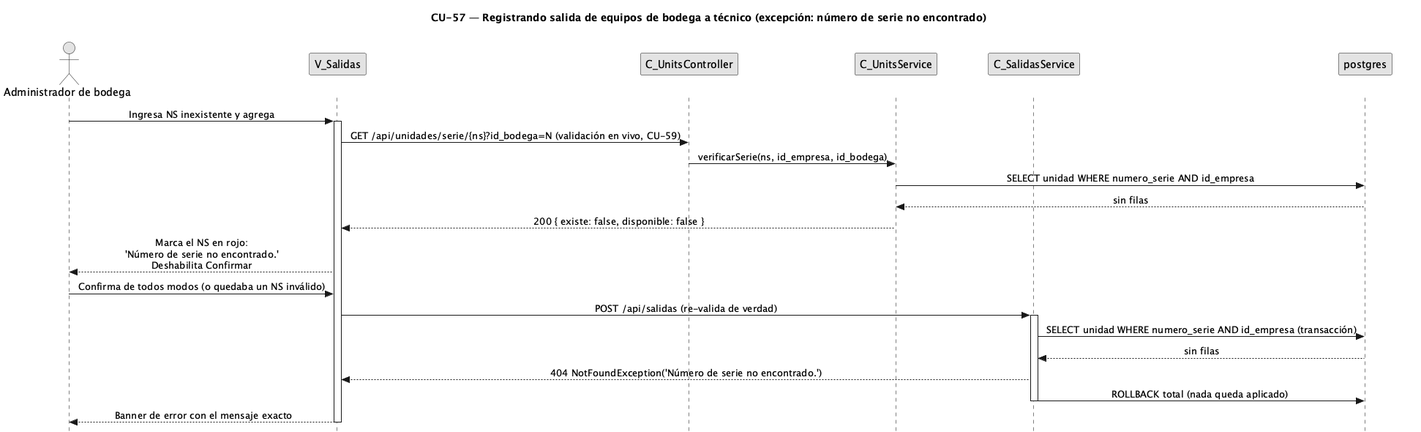
The PlantUML diagram diagramas/diagramas-secuencia/CU57/CU57-exc-ns-no-encontrado.png in FSM-Finet-y-Cable-Magico/Team_1-Inventario-y-Bodega, before a commit.
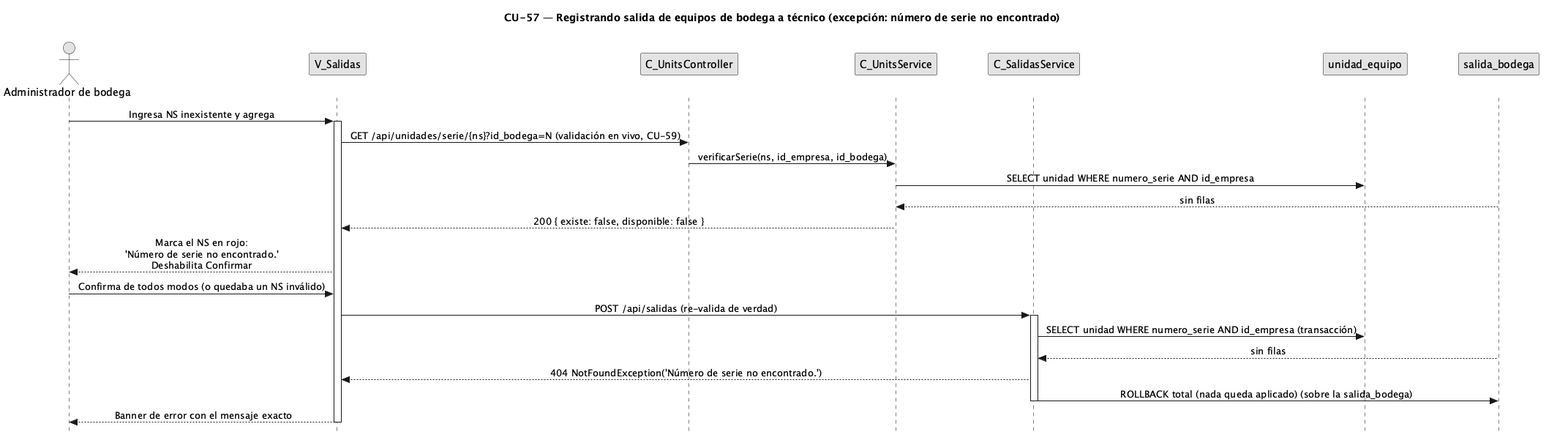
Later version of the same file.

What changed in the source:
```diff
@@ -16,24 +16,25 @@
 participant "C_UnitsController" as uctrl
 participant "C_UnitsService" as usvc
 participant "C_SalidasService" as svc
-participant "postgres" as db
+participant "unidad_equipo" as uent
+participant "salida_bodega" as sald
 
 user -> view : Ingresa NS inexistente y agrega
 activate view
 view -> uctrl : GET /api/unidades/serie/{ns}?id_bodega=N (validación en vivo, CU-59)
 uctrl -> usvc : verificarSerie(ns, id_empresa, id_bodega)
-usvc -> db : SELECT unidad WHERE numero_serie AND id_empresa
-db --> usvc : sin filas
+usvc -> uent : SELECT unidad WHERE numero_serie AND id_empresa
+sald --> usvc : sin filas
 usvc --> view : 200 { existe: false, disponible: false }
 view --> user : Marca el NS en rojo:\n'Número de serie no encontrado.'\nDeshabilita Confirmar
 
 user -> view : Confirma de todos modos (o quedaba un NS inválido)
 view -> svc : POST /api/salidas (re-valida de verdad)
 activate svc
-svc -> db : SELECT unidad WHERE numero_serie AND id_empresa (transacción)
-db --> svc : sin filas
+svc -> uent : SELECT unidad WHERE numero_serie AND id_empresa (transacción)
+sald --> svc : sin filas
 svc --> view : 404 NotFoundException('Número de serie no encontrado.')
-svc -> db : ROLLBACK total (nada queda aplicado)
+svc -> sald :ROLLBACK total (nada queda aplicado) (sobre la salida_bodega)
 deactivate svc
 view --> user : Banner de error con el mensaje exacto
 deactivate view
```
